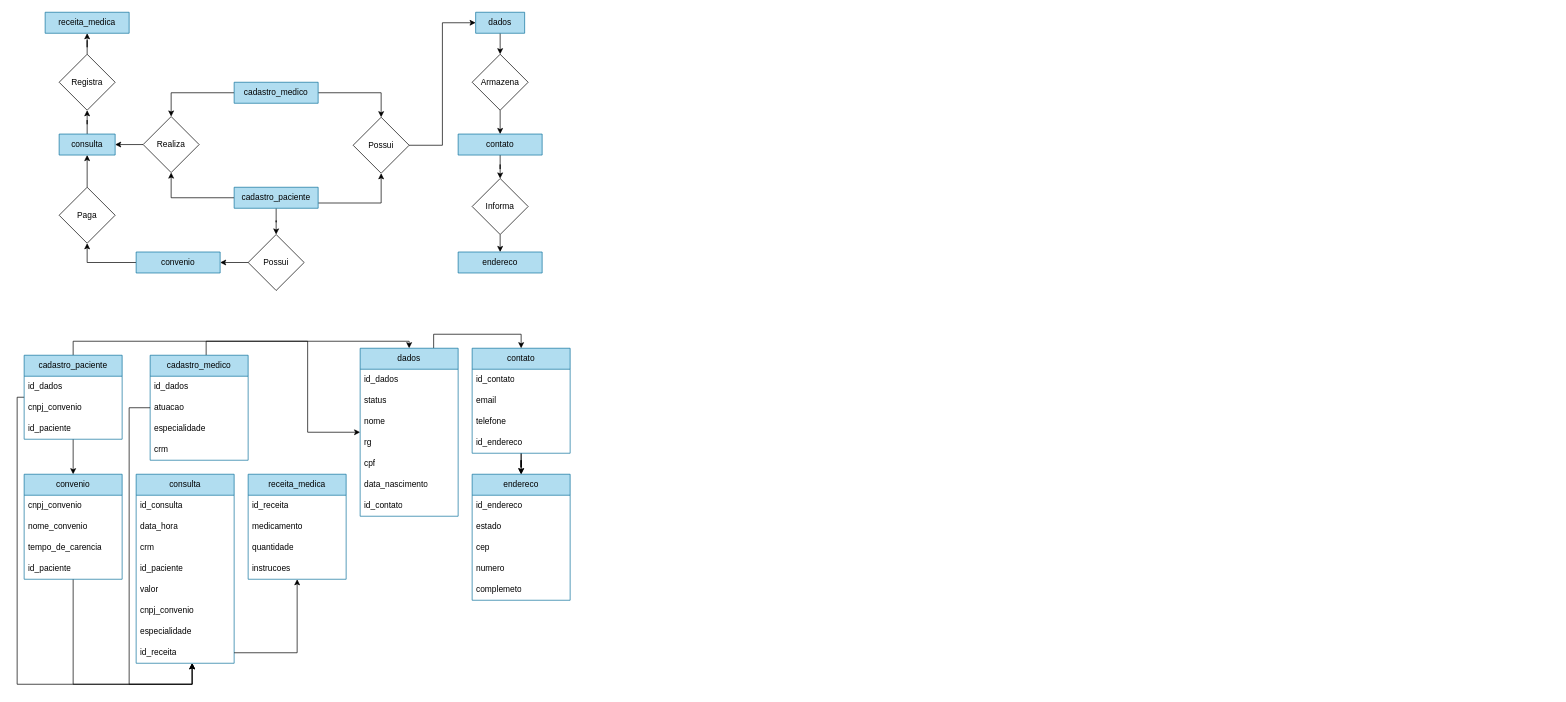
This is aula_banco.drawio from Gustavo-Bosak/aula-banco, a draw.io file, before an edit. Source tidied: cells renumbered, new cells numbered last; positions are measured from the earlier drawing's top-left corner, leaving out a move shared by most shapes. Both pictures are drawn from the tidied source at 70%, with x=0, y=0 at pixel (17, 12).
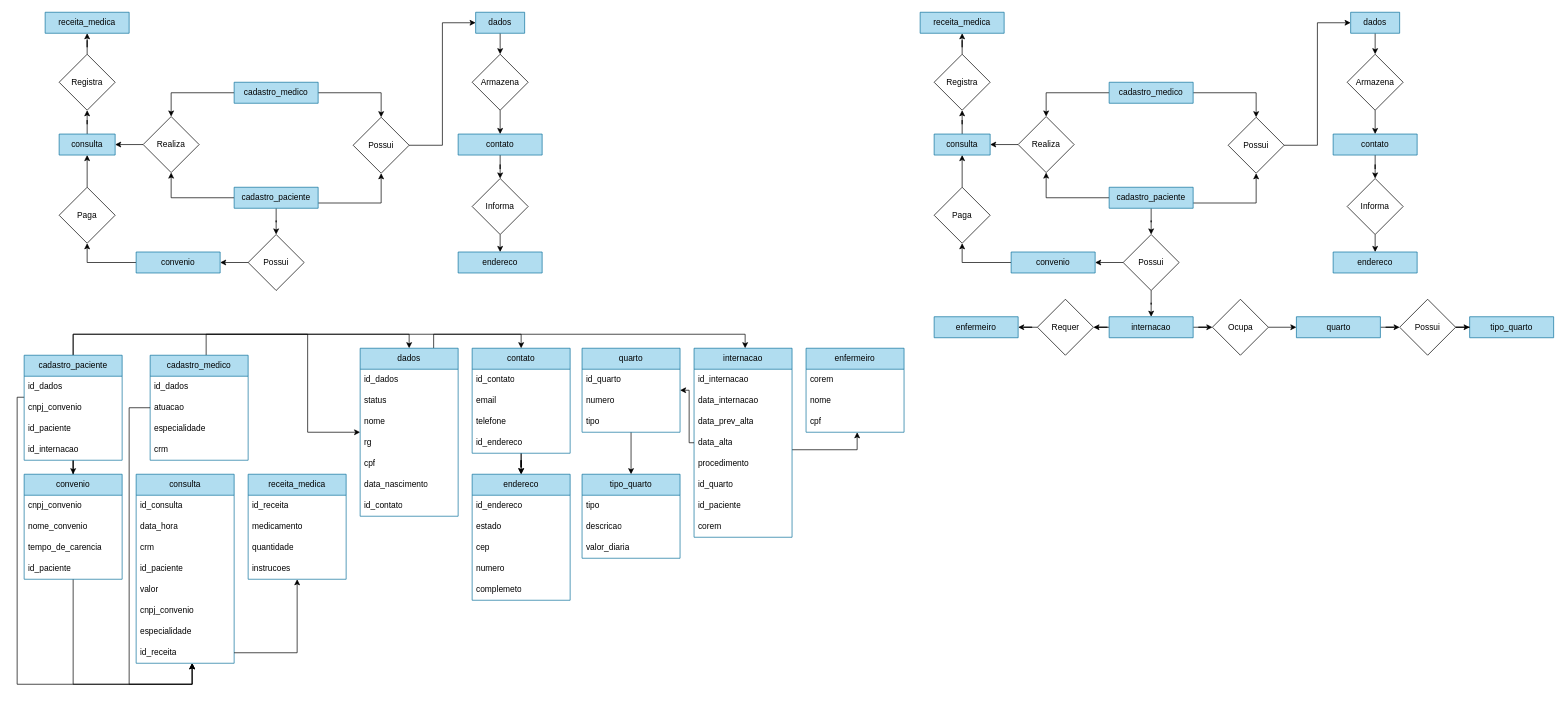
Above is the later version.

The change refers to these unchanged cells:
```xml
<mxCell id="46" value="cadastro_medico" style="swimlane;fontStyle=0;horizontal=1;startSize=30;whiteSpace=wrap;html=1;fillColor=#b1ddf0;strokeColor=#10739e;" parent="1" vertex="1">
  <mxGeometry x="190" y="490" width="140" height="150" as="geometry" />
</mxCell>
<mxCell id="72" value="dados" style="swimlane;fontStyle=0;horizontal=1;startSize=30;whiteSpace=wrap;html=1;fillColor=#b1ddf0;strokeColor=#10739e;" parent="1" vertex="1">
  <mxGeometry x="490" y="480" width="140" height="240" as="geometry" />
</mxCell>
```

What changed in the source:
```diff
@@
     <mxCell id="45" style="edgeStyle=orthogonalEdgeStyle;rounded=0;jettySize=auto;html=1;" parent="1" edge="1" source="46" target="72">
       <mxGeometry relative="1" as="geometry">
         <Array as="points">
-          <mxPoint x="270" y="470" />
-          <mxPoint x="415" y="470" />
+          <mxPoint x="270" y="460" />
+          <mxPoint x="415" y="460" />
           <mxPoint x="415" y="600" />
         </Array>
       </mxGeometry>
     </mxCell>
@@
     <mxCell id="52" style="edgeStyle=orthogonalEdgeStyle;rounded=0;jettySize=auto;html=1;exitX=0.5;exitY=0;exitDx=0;exitDy=0;entryX=0.5;entryY=0;entryDx=0;entryDy=0;" parent="1" edge="1" source="54" target="72">
-      <mxGeometry relative="1" as="geometry" />
+      <mxGeometry relative="1" as="geometry">
+        <Array as="points">
+          <mxPoint x="80" y="460" />
+          <mxPoint x="560" y="460" />
+        </Array>
+      </mxGeometry>
     </mxCell>
@@
+    <mxCell id="90" style="edgeStyle=orthogonalEdgeStyle;rounded=0;jettySize=auto;html=1;" parent="1" edge="1" source="54" target="102">
+      <mxGeometry relative="1" as="geometry">
+        <Array as="points">
+          <mxPoint x="80" y="460" />
+          <mxPoint x="1040" y="460" />
+        </Array>
+      </mxGeometry>
+    </mxCell>
     <mxCell id="54" value="cadastro_paciente" style="swimlane;fontStyle=0;horizontal=1;startSize=30;whiteSpace=wrap;html=1;fillColor=#b1ddf0;strokeColor=#10739e;" parent="1" vertex="1">
-      <mxGeometry x="10" y="490" width="140" height="120" as="geometry" />
+      <mxGeometry x="10" y="490" width="140" height="150" as="geometry" />
     </mxCell>
@@
+    <mxCell id="91" value="id_internacao" style="text;strokeColor=none;fillColor=none;align=left;verticalAlign=middle;spacingLeft=4;spacingRight=4;overflow=hidden;whiteSpace=wrap;html=1;" parent="54" vertex="1">
+      <mxGeometry y="120" width="140" height="30" as="geometry" />
+    </mxCell>
@@
+    <mxCell id="92" style="edgeStyle=orthogonalEdgeStyle;rounded=0;jettySize=auto;html=1;" parent="1" edge="1" source="93" target="97">
+      <mxGeometry relative="1" as="geometry" />
+    </mxCell>
+    <mxCell id="93" value="quarto" style="swimlane;fontStyle=0;horizontal=1;startSize=30;whiteSpace=wrap;html=1;fillColor=#b1ddf0;strokeColor=#10739e;" parent="1" vertex="1">
+      <mxGeometry x="807" y="480" width="140" height="120" as="geometry" />
+    </mxCell>
+    <mxCell id="94" value="id_quarto" style="text;strokeColor=none;fillColor=none;align=left;verticalAlign=middle;spacingLeft=4;spacingRight=4;overflow=hidden;whiteSpace=wrap;html=1;" parent="93" vertex="1">
+      <mxGeometry y="30" width="140" height="30" as="geometry" />
+    </mxCell>
+    <mxCell id="95" value="numero" style="text;strokeColor=none;fillColor=none;align=left;verticalAlign=middle;spacingLeft=4;spacingRight=4;overflow=hidden;whiteSpace=wrap;html=1;" parent="93" vertex="1">
+      <mxGeometry y="60" width="140" height="30" as="geometry" />
+    </mxCell>
+    <mxCell id="96" value="tipo" style="text;strokeColor=none;fillColor=none;align=left;verticalAlign=middle;spacingLeft=4;spacingRight=4;overflow=hidden;whiteSpace=wrap;html=1;" parent="93" vertex="1">
+      <mxGeometry y="90" width="140" height="30" as="geometry" />
+    </mxCell>
+    <mxCell id="97" value="tipo_quarto" style="swimlane;fontStyle=0;horizontal=1;startSize=30;whiteSpace=wrap;html=1;fillColor=#b1ddf0;strokeColor=#10739e;" parent="1" vertex="1">
+      <mxGeometry x="807" y="660" width="140" height="120" as="geometry" />
+    </mxCell>
+    <mxCell id="98" value="tipo" style="text;strokeColor=none;fillColor=none;align=left;verticalAlign=middle;spacingLeft=4;spacingRight=4;overflow=hidden;whiteSpace=wrap;html=1;" parent="97" vertex="1">
+      <mxGeometry y="30" width="140" height="30" as="geometry" />
+    </mxCell>
+    <mxCell id="99" value="descricao" style="text;strokeColor=none;fillColor=none;align=left;verticalAlign=middle;spacingLeft=4;spacingRight=4;overflow=hidden;whiteSpace=wrap;html=1;" parent="97" vertex="1">
+      <mxGeometry y="60" width="140" height="30" as="geometry" />
+    </mxCell>
+    <mxCell id="100" value="valor_diaria" style="text;strokeColor=none;fillColor=none;align=left;verticalAlign=middle;spacingLeft=4;spacingRight=4;overflow=hidden;whiteSpace=wrap;html=1;" parent="97" vertex="1">
+      <mxGeometry y="90" width="140" height="30" as="geometry" />
+    </mxCell>
+    <mxCell id="101" style="edgeStyle=orthogonalEdgeStyle;rounded=0;jettySize=auto;html=1;" parent="1" edge="1" source="102" target="111">
+      <mxGeometry relative="1" as="geometry">
+        <Array as="points">
+          <mxPoint x="1200" y="625" />
+        </Array>
+      </mxGeometry>
+    </mxCell>
+    <mxCell id="102" value="internacao" style="swimlane;fontStyle=0;horizontal=1;startSize=30;whiteSpace=wrap;html=1;fillColor=#b1ddf0;strokeColor=#10739e;" parent="1" vertex="1">
+      <mxGeometry x="967" y="480" width="140" height="270" as="geometry" />
+    </mxCell>
+    <mxCell id="103" value="id_internacao" style="text;strokeColor=none;fillColor=none;align=left;verticalAlign=middle;spacingLeft=4;spacingRight=4;overflow=hidden;whiteSpace=wrap;html=1;" parent="102" vertex="1">
+      <mxGeometry y="30" width="140" height="30" as="geometry" />
+    </mxCell>
+    <mxCell id="104" value="data_internacao" style="text;strokeColor=none;fillColor=none;align=left;verticalAlign=middle;spacingLeft=4;spacingRight=4;overflow=hidden;whiteSpace=wrap;html=1;" parent="102" vertex="1">
+      <mxGeometry y="60" width="140" height="30" as="geometry" />
+    </mxCell>
+    <mxCell id="105" value="data_prev_alta" style="text;strokeColor=none;fillColor=none;align=left;verticalAlign=middle;spacingLeft=4;spacingRight=4;overflow=hidden;whiteSpace=wrap;html=1;" parent="102" vertex="1">
+      <mxGeometry y="90" width="140" height="30" as="geometry" />
+    </mxCell>
+    <mxCell id="106" value="data_alta" style="text;strokeColor=none;fillColor=none;align=left;verticalAlign=middle;spacingLeft=4;spacingRight=4;overflow=hidden;points=[[0,0.5],[1,0.5]];portConstraint=eastwest;whiteSpace=wrap;html=1;" parent="102" vertex="1">
+      <mxGeometry y="120" width="140" height="30" as="geometry" />
+    </mxCell>
+    <mxCell id="107" value="procedimento" style="text;strokeColor=none;fillColor=none;align=left;verticalAlign=middle;spacingLeft=4;spacingRight=4;overflow=hidden;whiteSpace=wrap;html=1;" parent="102" vertex="1">
+      <mxGeometry y="150" width="140" height="30" as="geometry" />
+    </mxCell>
+    <mxCell id="108" value="id_quarto" style="text;strokeColor=none;fillColor=none;align=left;verticalAlign=middle;spacingLeft=4;spacingRight=4;overflow=hidden;whiteSpace=wrap;html=1;" parent="102" vertex="1">
+      <mxGeometry y="180" width="140" height="30" as="geometry" />
+    </mxCell>
+    <mxCell id="109" value="id_paciente" style="text;strokeColor=none;fillColor=none;align=left;verticalAlign=middle;spacingLeft=4;spacingRight=4;overflow=hidden;whiteSpace=wrap;html=1;" parent="102" vertex="1">
+      <mxGeometry y="210" width="140" height="30" as="geometry" />
+    </mxCell>
+    <mxCell id="110" value="corem&lt;span style=&quot;white-space: pre;&quot;&gt;&#9;&lt;/span&gt;" style="text;strokeColor=none;fillColor=none;align=left;verticalAlign=middle;spacingLeft=4;spacingRight=4;overflow=hidden;whiteSpace=wrap;html=1;" parent="102" vertex="1">
+      <mxGeometry y="240" width="140" height="30" as="geometry" />
+    </mxCell>
+    <mxCell id="111" value="enfermeiro" style="swimlane;fontStyle=0;horizontal=1;startSize=30;whiteSpace=wrap;html=1;fillColor=#b1ddf0;strokeColor=#10739e;" parent="1" vertex="1">
+      <mxGeometry x="1127" y="480" width="140" height="120" as="geometry" />
+    </mxCell>
+    <mxCell id="112" value="corem" style="text;strokeColor=none;fillColor=none;align=left;verticalAlign=middle;spacingLeft=4;spacingRight=4;overflow=hidden;whiteSpace=wrap;html=1;" parent="111" vertex="1">
+      <mxGeometry y="30" width="140" height="30" as="geometry" />
+    </mxCell>
+    <mxCell id="113" value="nome" style="text;strokeColor=none;fillColor=none;align=left;verticalAlign=middle;spacingLeft=4;spacingRight=4;overflow=hidden;whiteSpace=wrap;html=1;" parent="111" vertex="1">
+      <mxGeometry y="60" width="140" height="30" as="geometry" />
+    </mxCell>
+    <mxCell id="114" value="cpf" style="text;strokeColor=none;fillColor=none;align=left;verticalAlign=middle;spacingLeft=4;spacingRight=4;overflow=hidden;whiteSpace=wrap;html=1;" parent="111" vertex="1">
+      <mxGeometry y="90" width="140" height="30" as="geometry" />
+    </mxCell>
+    <mxCell id="115" style="edgeStyle=orthogonalEdgeStyle;rounded=0;jettySize=auto;html=1;entryX=0.5;entryY=1;entryDx=0;entryDy=0;" parent="1" edge="1" source="116" target="146">
+      <mxGeometry relative="1" as="geometry" />
+    </mxCell>
+    <mxCell id="116" value="convenio" style="swimlane;fontStyle=0;horizontal=1;startSize=30;whiteSpace=wrap;html=1;fillColor=#b1ddf0;strokeColor=#10739e;" parent="1" vertex="1" collapsed="1">
+      <mxGeometry x="1420" y="342.5" width="120" height="30" as="geometry" />
+    </mxCell>
+    <mxCell id="117" style="edgeStyle=orthogonalEdgeStyle;rounded=0;jettySize=auto;html=1;exitX=0.5;exitY=1;exitDx=0;exitDy=0;entryX=0.5;entryY=0;entryDx=0;entryDy=0;" parent="1" edge="1" source="118" target="137">
+      <mxGeometry relative="1" as="geometry" />
+    </mxCell>
+    <mxCell id="118" value="dados" style="swimlane;fontStyle=0;horizontal=1;startSize=30;whiteSpace=wrap;html=1;fillColor=#b1ddf0;strokeColor=#10739e;" parent="1" vertex="1" collapsed="1">
+      <mxGeometry x="1905" width="70" height="30" as="geometry" />
+    </mxCell>
+    <mxCell id="119" style="edgeStyle=orthogonalEdgeStyle;rounded=0;jettySize=auto;html=1;exitX=1;exitY=0.75;exitDx=0;exitDy=0;entryX=0.5;entryY=1;entryDx=0;entryDy=0;" parent="1" edge="1" source="122" target="133">
+      <mxGeometry relative="1" as="geometry" />
+    </mxCell>
+    <mxCell id="120" style="edgeStyle=orthogonalEdgeStyle;rounded=0;jettySize=auto;html=1;" parent="1" edge="1" source="122" target="135">
+      <mxGeometry relative="1" as="geometry" />
+    </mxCell>
+    <mxCell id="121" style="edgeStyle=orthogonalEdgeStyle;rounded=0;jettySize=auto;html=1;exitX=0.5;exitY=1;exitDx=0;exitDy=0;" parent="1" edge="1" source="122" target="142">
+      <mxGeometry relative="1" as="geometry" />
+    </mxCell>
+    <mxCell id="122" value="cadastro_paciente" style="swimlane;fontStyle=0;horizontal=1;startSize=30;whiteSpace=wrap;html=1;fillColor=#b1ddf0;strokeColor=#10739e;" parent="1" vertex="1" collapsed="1">
+      <mxGeometry x="1560" y="250" width="120" height="30" as="geometry" />
+    </mxCell>
+    <mxCell id="123" style="edgeStyle=orthogonalEdgeStyle;rounded=0;jettySize=auto;html=1;exitX=0.5;exitY=1;exitDx=0;exitDy=0;" parent="1" edge="1" source="124" target="139">
+      <mxGeometry relative="1" as="geometry" />
+    </mxCell>
+    <mxCell id="124" value="contato" style="swimlane;fontStyle=0;horizontal=1;startSize=30;whiteSpace=wrap;html=1;fillColor=#b1ddf0;strokeColor=#10739e;" parent="1" vertex="1" collapsed="1">
+      <mxGeometry x="1880" y="174" width="120" height="30" as="geometry" />
+    </mxCell>
+    <mxCell id="125" value="endereco" style="swimlane;fontStyle=0;horizontal=1;startSize=30;whiteSpace=wrap;html=1;fillColor=#b1ddf0;strokeColor=#10739e;" parent="1" vertex="1" collapsed="1">
+      <mxGeometry x="1880" y="342.5" width="120" height="30" as="geometry" />
+    </mxCell>
+    <mxCell id="126" style="edgeStyle=orthogonalEdgeStyle;rounded=0;jettySize=auto;html=1;exitX=0;exitY=0.5;exitDx=0;exitDy=0;entryX=0.5;entryY=0;entryDx=0;entryDy=0;" parent="1" edge="1" source="128" target="135">
+      <mxGeometry relative="1" as="geometry" />
+    </mxCell>
+    <mxCell id="127" style="edgeStyle=orthogonalEdgeStyle;rounded=0;jettySize=auto;html=1;entryX=0.5;entryY=0;entryDx=0;entryDy=0;" parent="1" edge="1" source="128" target="133">
+      <mxGeometry relative="1" as="geometry" />
+    </mxCell>
+    <mxCell id="128" value="cadastro_medico" style="swimlane;fontStyle=0;horizontal=1;startSize=30;whiteSpace=wrap;html=1;fillColor=#b1ddf0;strokeColor=#10739e;" parent="1" vertex="1" collapsed="1">
+      <mxGeometry x="1560" y="100" width="120" height="30" as="geometry" />
+    </mxCell>
+    <mxCell id="129" style="edgeStyle=orthogonalEdgeStyle;rounded=0;jettySize=auto;html=1;exitX=0.5;exitY=0;exitDx=0;exitDy=0;" parent="1" edge="1" source="130" target="144">
+      <mxGeometry relative="1" as="geometry" />
+    </mxCell>
+    <mxCell id="130" value="consulta" style="swimlane;fontStyle=0;horizontal=1;startSize=30;whiteSpace=wrap;html=1;fillColor=#b1ddf0;strokeColor=#10739e;" parent="1" vertex="1" collapsed="1">
+      <mxGeometry x="1310" y="174" width="80" height="30" as="geometry" />
+    </mxCell>
+    <mxCell id="131" value="receita_medica" style="swimlane;fontStyle=0;horizontal=1;startSize=30;whiteSpace=wrap;html=1;fillColor=#b1ddf0;strokeColor=#10739e;" parent="1" vertex="1" collapsed="1">
+      <mxGeometry x="1290" width="120" height="30" as="geometry" />
+    </mxCell>
+    <mxCell id="132" style="edgeStyle=orthogonalEdgeStyle;rounded=0;jettySize=auto;html=1;entryX=0;entryY=0.5;entryDx=0;entryDy=0;" parent="1" edge="1" source="133" target="118">
+      <mxGeometry relative="1" as="geometry" />
+    </mxCell>
+    <mxCell id="133" value="Possui" style="rhombus;whiteSpace=wrap;html=1;" parent="1" vertex="1">
+      <mxGeometry x="1730" y="150" width="80" height="80" as="geometry" />
+    </mxCell>
+    <mxCell id="134" style="edgeStyle=orthogonalEdgeStyle;rounded=0;jettySize=auto;html=1;exitX=0;exitY=0.5;exitDx=0;exitDy=0;" parent="1" edge="1" source="135" target="130">
+      <mxGeometry relative="1" as="geometry" />
+    </mxCell>
+    <mxCell id="135" value="Realiza" style="rhombus;whiteSpace=wrap;html=1;" parent="1" vertex="1">
+      <mxGeometry x="1430" y="149" width="80" height="80" as="geometry" />
+    </mxCell>
+    <mxCell id="136" style="edgeStyle=orthogonalEdgeStyle;rounded=0;jettySize=auto;html=1;exitX=0.5;exitY=1;exitDx=0;exitDy=0;entryX=0.5;entryY=0;entryDx=0;entryDy=0;" parent="1" edge="1" source="137" target="124">
+      <mxGeometry relative="1" as="geometry" />
+    </mxCell>
+    <mxCell id="137" value="Armazena" style="rhombus;whiteSpace=wrap;html=1;" parent="1" vertex="1">
+      <mxGeometry x="1900" y="60" width="80" height="80" as="geometry" />
+    </mxCell>
+    <mxCell id="138" style="edgeStyle=orthogonalEdgeStyle;rounded=0;jettySize=auto;html=1;exitX=0.5;exitY=1;exitDx=0;exitDy=0;entryX=0.5;entryY=0;entryDx=0;entryDy=0;" parent="1" edge="1" source="139">
+      <mxGeometry relative="1" as="geometry">
+        <mxPoint x="1940" y="342.5" as="targetPoint" />
+      </mxGeometry>
+    </mxCell>
+    <mxCell id="139" value="Informa" style="rhombus;whiteSpace=wrap;html=1;" parent="1" vertex="1">
+      <mxGeometry x="1900" y="237.5" width="80" height="80" as="geometry" />
+    </mxCell>
+    <mxCell id="140" style="edgeStyle=orthogonalEdgeStyle;rounded=0;jettySize=auto;html=1;" parent="1" edge="1" source="142" target="116">
+      <mxGeometry relative="1" as="geometry" />
+    </mxCell>
+    <mxCell id="141" style="edgeStyle=orthogonalEdgeStyle;rounded=0;jettySize=auto;html=1;" parent="1" edge="1" source="142" target="153">
+      <mxGeometry relative="1" as="geometry" />
+    </mxCell>
+    <mxCell id="142" value="Possui" style="rhombus;whiteSpace=wrap;html=1;" parent="1" vertex="1">
+      <mxGeometry x="1580" y="317.5" width="80" height="80" as="geometry" />
+    </mxCell>
+    <mxCell id="143" style="edgeStyle=orthogonalEdgeStyle;rounded=0;jettySize=auto;html=1;" parent="1" edge="1" source="144" target="131">
+      <mxGeometry relative="1" as="geometry" />
+    </mxCell>
+    <mxCell id="144" value="Registra" style="rhombus;whiteSpace=wrap;html=1;" parent="1" vertex="1">
+      <mxGeometry x="1310" y="60" width="80" height="80" as="geometry" />
+    </mxCell>
+    <mxCell id="145" style="edgeStyle=orthogonalEdgeStyle;rounded=0;jettySize=auto;html=1;exitX=0.5;exitY=0;exitDx=0;exitDy=0;" parent="1" edge="1" source="146" target="130">
+      <mxGeometry relative="1" as="geometry" />
+    </mxCell>
+    <mxCell id="146" value="Paga" style="rhombus;whiteSpace=wrap;html=1;" parent="1" vertex="1">
+      <mxGeometry x="1310" y="250" width="80" height="80" as="geometry" />
+    </mxCell>
+    <mxCell id="147" style="edgeStyle=orthogonalEdgeStyle;rounded=0;jettySize=auto;html=1;" parent="1" edge="1" source="106" target="93">
+      <mxGeometry relative="1" as="geometry">
+        <Array as="points">
+          <mxPoint x="960" y="615" />
+          <mxPoint x="960" y="540" />
+        </Array>
+      </mxGeometry>
+    </mxCell>
+    <mxCell id="148" style="edgeStyle=orthogonalEdgeStyle;rounded=0;jettySize=auto;html=1;" parent="1" edge="1" source="149" target="160">
+      <mxGeometry relative="1" as="geometry" />
+    </mxCell>
+    <mxCell id="149" value="quarto" style="swimlane;fontStyle=0;horizontal=1;startSize=30;whiteSpace=wrap;html=1;fillColor=#b1ddf0;strokeColor=#10739e;" parent="1" vertex="1" collapsed="1">
+      <mxGeometry x="1827.5" y="435" width="120" height="30" as="geometry" />
+    </mxCell>
+    <mxCell id="150" value="tipo_quarto" style="swimlane;fontStyle=0;horizontal=1;startSize=30;whiteSpace=wrap;html=1;fillColor=#b1ddf0;strokeColor=#10739e;" parent="1" vertex="1" collapsed="1">
+      <mxGeometry x="2075" y="435" width="120" height="30" as="geometry" />
+    </mxCell>
+    <mxCell id="151" style="edgeStyle=orthogonalEdgeStyle;rounded=0;jettySize=auto;html=1;" parent="1" edge="1" source="153" target="156">
+      <mxGeometry relative="1" as="geometry" />
+    </mxCell>
+    <mxCell id="152" style="edgeStyle=orthogonalEdgeStyle;rounded=0;jettySize=auto;html=1;" parent="1" edge="1" source="153" target="158">
+      <mxGeometry relative="1" as="geometry" />
+    </mxCell>
+    <mxCell id="153" value="internacao" style="swimlane;fontStyle=0;horizontal=1;startSize=30;whiteSpace=wrap;html=1;fillColor=#b1ddf0;strokeColor=#10739e;" parent="1" vertex="1" collapsed="1">
+      <mxGeometry x="1560" y="435" width="120" height="30" as="geometry" />
+    </mxCell>
+    <mxCell id="154" value="enfermeiro" style="swimlane;fontStyle=0;horizontal=1;startSize=30;whiteSpace=wrap;html=1;fillColor=#b1ddf0;strokeColor=#10739e;" parent="1" vertex="1" collapsed="1">
+      <mxGeometry x="1310" y="435" width="120" height="30" as="geometry" />
+    </mxCell>
+    <mxCell id="155" style="edgeStyle=orthogonalEdgeStyle;rounded=0;jettySize=auto;html=1;" parent="1" edge="1" source="156" target="154">
+      <mxGeometry relative="1" as="geometry" />
+    </mxCell>
+    <mxCell id="156" value="Requer" style="rhombus;whiteSpace=wrap;html=1;" parent="1" vertex="1">
+      <mxGeometry x="1457.5" y="410" width="80" height="80" as="geometry" />
+    </mxCell>
+    <mxCell id="157" style="edgeStyle=orthogonalEdgeStyle;rounded=0;jettySize=auto;html=1;" parent="1" edge="1" source="158" target="149">
+      <mxGeometry relative="1" as="geometry" />
+    </mxCell>
+    <mxCell id="158" value="Ocupa" style="rhombus;whiteSpace=wrap;html=1;" parent="1" vertex="1">
+      <mxGeometry x="1707.5" y="410" width="80" height="80" as="geometry" />
+    </mxCell>
+    <mxCell id="159" style="edgeStyle=orthogonalEdgeStyle;rounded=0;jettySize=auto;html=1;" parent="1" edge="1" source="160" target="150">
+      <mxGeometry relative="1" as="geometry" />
+    </mxCell>
+    <mxCell id="160" value="Possui" style="rhombus;whiteSpace=wrap;html=1;" parent="1" vertex="1">
+      <mxGeometry x="1975" y="410" width="80" height="80" as="geometry" />
+    </mxCell>
```
